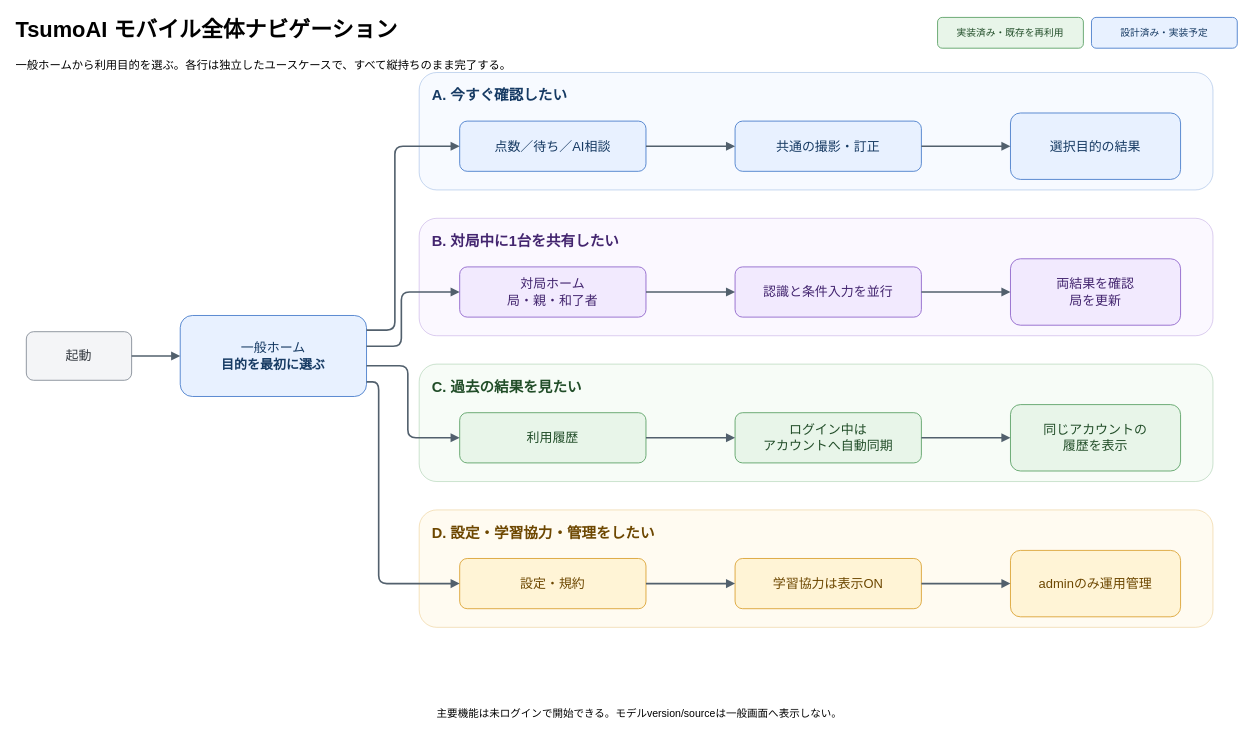
Before: page "01_利用目的から見る全体導線" (1 of 5) of docs/tsumoai-mobile-navigation.drawio in fezzlk/TsumoAI, a draw.io diagram. Source tidied: cells renumbered, new cells numbered last; positions are measured from the earlier drawing's top-left corner, leaving out a move shared by most shapes. Both pictures are drawn from the tidied source at 81%, with x=0, y=0 at pixel (14, 14).
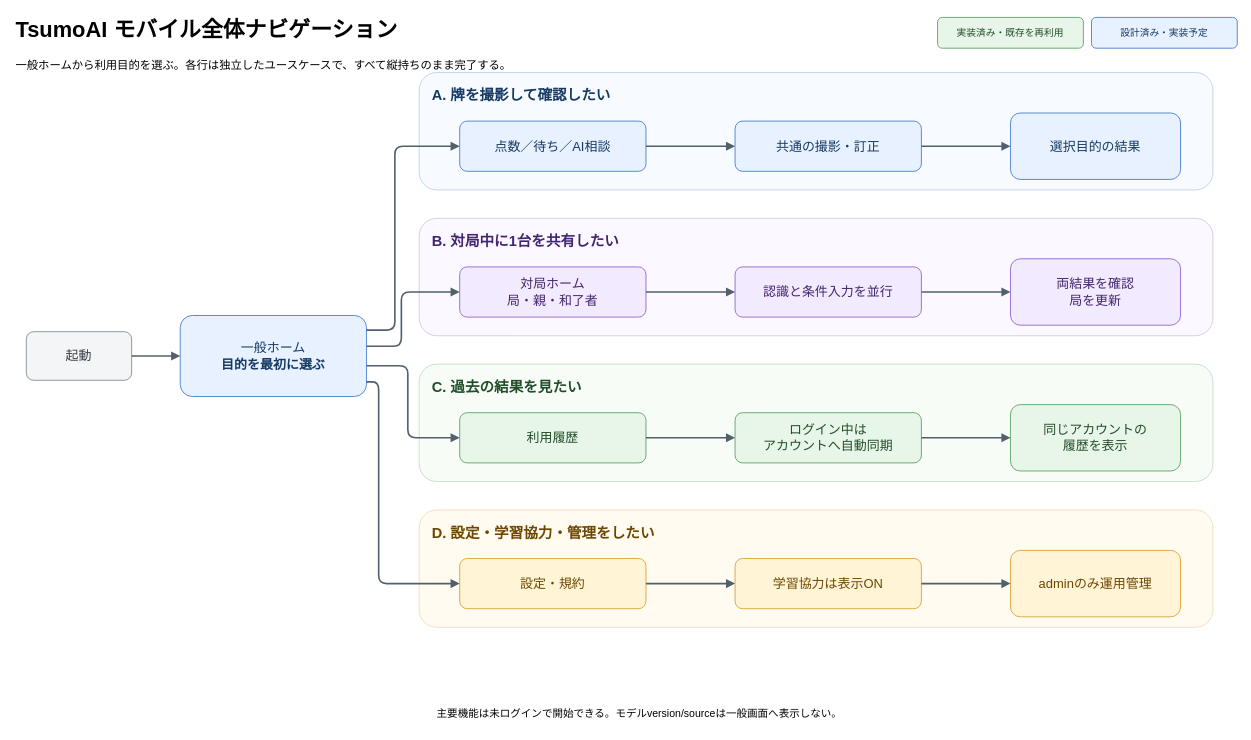
Above is the later version.

The edit, as a diff of the source:
```diff
@@
-    <mxCell id="9" value="A. 今すぐ確認したい" style="fillColor=#E8F1FF;strokeColor=#3973C6;fontColor=#163A63;rounded=1;whiteSpace=wrap;html=1;align=left;verticalAlign=top;fontSize=18;fontStyle=1;spacingTop=12;spacingLeft=14;opacity=35;" parent="1" vertex="1">
+    <mxCell id="9" value="A. 牌を撮影して確認したい" style="fillColor=#E8F1FF;strokeColor=#3973C6;fontColor=#163A63;rounded=1;whiteSpace=wrap;html=1;align=left;verticalAlign=top;fontSize=18;fontStyle=1;spacingTop=12;spacingLeft=14;opacity=35;" parent="1" vertex="1">
       <mxGeometry x="500" y="72" width="980" height="145" as="geometry" />
     </mxCell>
```
